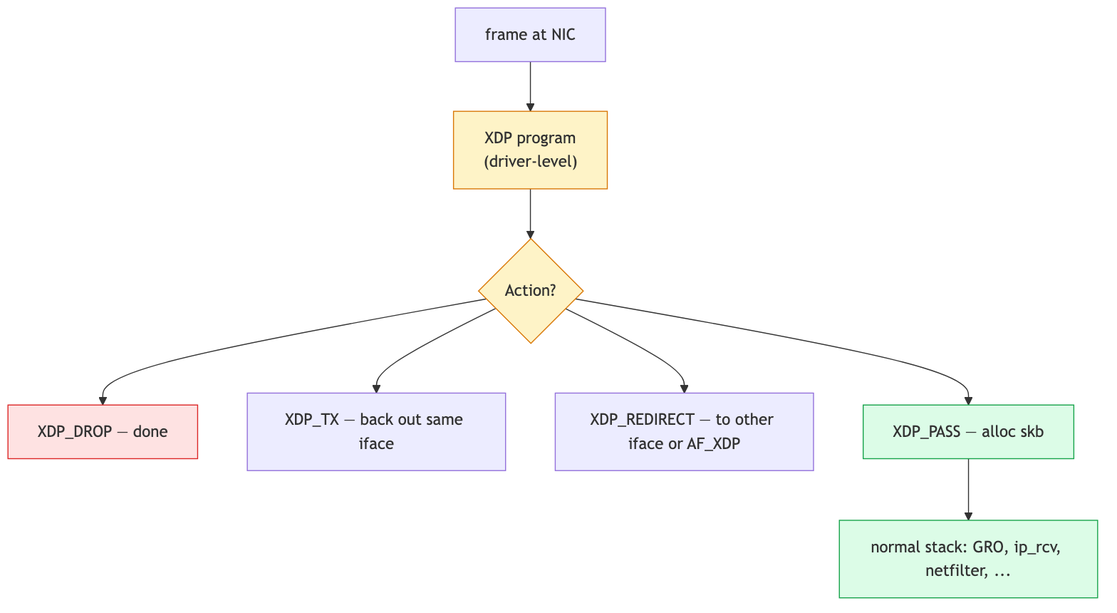
Above: linux-net/src/diagrams/day27_xdp_position.png in biefy/books (Mermaid), before the change. Its source is kept beside it as linux-net/src/diagrams/src/day27_xdp_position.mmd.
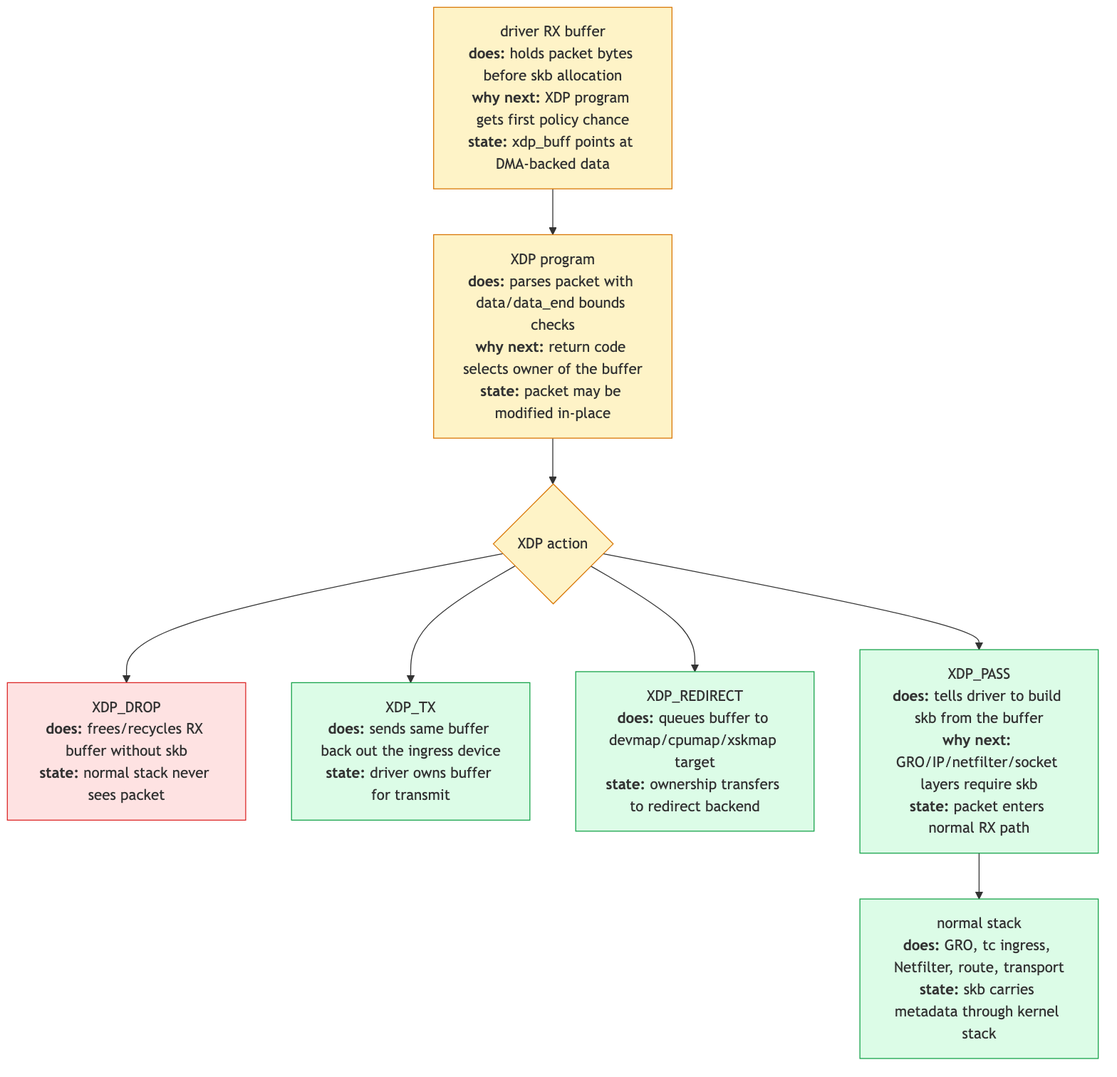
After the commit.

Diff of the diagram source:
```diff
@@ -1,23 +1,23 @@
 flowchart TD
-    Frame["frame at NIC"]
-    XDP["XDP program<br/>(driver-level)"]
-    Action{Action?}
-    Drop["XDP_DROP — done"]
-    Tx["XDP_TX — back out same iface"]
-    Redirect["XDP_REDIRECT — to other iface or AF_XDP"]
-    Pass["XDP_PASS — alloc skb"]
-    Stack["normal stack: GRO, ip_rcv, netfilter, ..."]
+    Frame["driver RX buffer<br/><b>does:</b> holds packet bytes before skb allocation<br/><b>why next:</b> XDP program gets first policy chance<br/><b>state:</b> xdp_buff points at DMA-backed data"]
+    XDP["XDP program<br/><b>does:</b> parses packet with data/data_end bounds checks<br/><b>why next:</b> return code selects owner of the buffer<br/><b>state:</b> packet may be modified in-place"]
+    Action{"XDP action"}
+    Drop["XDP_DROP<br/><b>does:</b> frees/recycles RX buffer without skb<br/><b>state:</b> normal stack never sees packet"]
+    Tx["XDP_TX<br/><b>does:</b> sends same buffer back out the ingress device<br/><b>state:</b> driver owns buffer for transmit"]
+    Redirect["XDP_REDIRECT<br/><b>does:</b> queues buffer to devmap/cpumap/xskmap target<br/><b>state:</b> ownership transfers to redirect backend"]
+    Pass["XDP_PASS<br/><b>does:</b> tells driver to build skb from the buffer<br/><b>why next:</b> GRO/IP/netfilter/socket layers require skb<br/><b>state:</b> packet enters normal RX path"]
+    Stack["normal stack<br/><b>does:</b> GRO, tc ingress, Netfilter, route, transport<br/><b>state:</b> skb carries metadata through kernel stack"]
 
     Frame --> XDP --> Action
     Action --> Drop
     Action --> Tx
     Action --> Redirect
-    Action --> Pass
-    Pass --> Stack
+    Action --> Pass --> Stack
 
     classDef xdp fill:#fef3c7,stroke:#d97706
     classDef stack fill:#dcfce7,stroke:#16a34a
     classDef bad fill:#fee2e2,stroke:#dc2626
-    class XDP,Action xdp
-    class Stack,Pass stack
+    class Frame,XDP,Action xdp
+    class Pass,Stack stack
     class Drop bad
+    class Tx,Redirect stack
```
